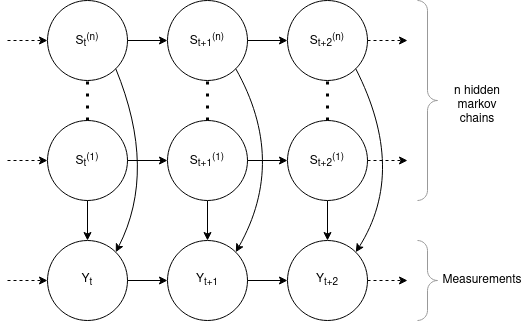
This is poster/figures/FHMM.drawio.png from BenjaminFrazer/thesis_tools, a draw.io export, as it was before one commit. Source tidied: cells renumbered, new cells last; positions are measured from the earlier drawing's top-left corner, leaving out a move shared by most shapes.
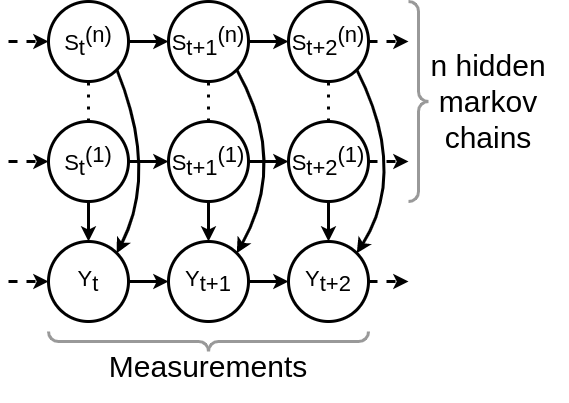
The same diagram one commit later.

What changed in the source:
```diff
@@ -2,104 +2,104 @@
   <root>
     <mxCell id="0" />
     <mxCell id="1" parent="0" />
-    <mxCell id="2" value="S&lt;sub&gt;t&lt;/sub&gt;&lt;sup&gt;(n)&lt;/sup&gt;" style="ellipse;whiteSpace=wrap;html=1;" parent="1" vertex="1">
+    <mxCell id="2" value="S&lt;sub style=&quot;font-size: 22px;&quot;&gt;t&lt;/sub&gt;&lt;sup style=&quot;font-size: 22px;&quot;&gt;(n)&lt;/sup&gt;" style="ellipse;whiteSpace=wrap;html=1;fontSize=22;strokeWidth=3;" parent="1" vertex="1">
       <mxGeometry x="40" width="80" height="80" as="geometry" />
     </mxCell>
-    <mxCell id="3" style="edgeStyle=orthogonalEdgeStyle;rounded=0;jettySize=auto;html=1;exitX=0.5;exitY=1;exitDx=0;exitDy=0;entryX=0.5;entryY=0;entryDx=0;entryDy=0;strokeWidth=1;" parent="1" edge="1" source="4" target="18">
+    <mxCell id="3" style="edgeStyle=orthogonalEdgeStyle;rounded=0;jettySize=auto;html=1;exitX=0.5;exitY=1;exitDx=0;exitDy=0;entryX=0.5;entryY=0;entryDx=0;entryDy=0;strokeWidth=3;" parent="1" edge="1" source="4" target="18">
       <mxGeometry relative="1" as="geometry" />
     </mxCell>
-    <mxCell id="4" value="S&lt;sub&gt;t+1&lt;/sub&gt;&lt;sup&gt;(1)&lt;/sup&gt;" style="ellipse;whiteSpace=wrap;html=1;" parent="1" vertex="1">
+    <mxCell id="4" value="S&lt;sub style=&quot;font-size: 22px;&quot;&gt;t+1&lt;/sub&gt;&lt;sup style=&quot;font-size: 22px;&quot;&gt;(1)&lt;/sup&gt;" style="ellipse;whiteSpace=wrap;html=1;fontSize=22;strokeWidth=3;" parent="1" vertex="1">
       <mxGeometry x="160" y="120" width="80" height="80" as="geometry" />
     </mxCell>
-    <mxCell id="5" value="S&lt;sub&gt;t&lt;/sub&gt;&lt;sup&gt;(1)&lt;/sup&gt;" style="ellipse;whiteSpace=wrap;html=1;" parent="1" vertex="1">
+    <mxCell id="5" value="S&lt;sub style=&quot;font-size: 22px;&quot;&gt;t&lt;/sub&gt;&lt;sup style=&quot;font-size: 22px;&quot;&gt;(1)&lt;/sup&gt;" style="ellipse;whiteSpace=wrap;html=1;fontSize=22;strokeWidth=3;" parent="1" vertex="1">
       <mxGeometry x="40" y="120" width="80" height="80" as="geometry" />
     </mxCell>
-    <mxCell id="6" value="S&lt;sub&gt;t+1&lt;/sub&gt;&lt;sup&gt;(n)&lt;/sup&gt;" style="ellipse;whiteSpace=wrap;html=1;" parent="1" vertex="1">
+    <mxCell id="6" value="S&lt;sub style=&quot;font-size: 22px;&quot;&gt;t+1&lt;/sub&gt;&lt;sup style=&quot;font-size: 22px;&quot;&gt;(n)&lt;/sup&gt;" style="ellipse;whiteSpace=wrap;html=1;fontSize=22;strokeWidth=3;" parent="1" vertex="1">
       <mxGeometry x="160" width="80" height="80" as="geometry" />
     </mxCell>
-    <mxCell id="7" value="S&lt;sub&gt;t+2&lt;/sub&gt;&lt;sup&gt;(n)&lt;/sup&gt;" style="ellipse;whiteSpace=wrap;html=1;" parent="1" vertex="1">
+    <mxCell id="7" value="S&lt;sub style=&quot;font-size: 22px;&quot;&gt;t+2&lt;/sub&gt;&lt;sup style=&quot;font-size: 22px;&quot;&gt;(n)&lt;/sup&gt;" style="ellipse;whiteSpace=wrap;html=1;fontSize=22;strokeWidth=3;" parent="1" vertex="1">
       <mxGeometry x="280" width="80" height="80" as="geometry" />
     </mxCell>
-    <mxCell id="8" style="edgeStyle=orthogonalEdgeStyle;rounded=0;jettySize=auto;html=1;exitX=0.5;exitY=1;exitDx=0;exitDy=0;entryX=0.5;entryY=0;entryDx=0;entryDy=0;strokeWidth=1;" parent="1" edge="1" source="9" target="20">
+    <mxCell id="8" style="edgeStyle=orthogonalEdgeStyle;rounded=0;jettySize=auto;html=1;exitX=0.5;exitY=1;exitDx=0;exitDy=0;entryX=0.5;entryY=0;entryDx=0;entryDy=0;strokeWidth=3;" parent="1" edge="1" source="9" target="20">
       <mxGeometry relative="1" as="geometry" />
     </mxCell>
-    <mxCell id="9" value="S&lt;sub&gt;t+2&lt;/sub&gt;&lt;sup&gt;(1)&lt;/sup&gt;" style="ellipse;whiteSpace=wrap;html=1;" parent="1" vertex="1">
+    <mxCell id="9" value="S&lt;sub style=&quot;font-size: 22px;&quot;&gt;t+2&lt;/sub&gt;&lt;sup style=&quot;font-size: 22px;&quot;&gt;(1)&lt;/sup&gt;" style="ellipse;whiteSpace=wrap;html=1;fontSize=22;strokeWidth=3;" parent="1" vertex="1">
       <mxGeometry x="280" y="120" width="80" height="80" as="geometry" />
     </mxCell>
-    <mxCell id="10" style="endArrow=classic;html=1;rounded=0;entryX=0;entryY=0.5;entryDx=0;entryDy=0;dashed=1;" parent="1" edge="1" target="2">
+    <mxCell id="10" style="endArrow=classic;html=1;rounded=0;entryX=0;entryY=0.5;entryDx=0;entryDy=0;dashed=1;strokeWidth=3;" parent="1" edge="1" target="2">
       <mxGeometry relative="1" as="geometry">
         <mxPoint y="40" as="sourcePoint" />
       </mxGeometry>
     </mxCell>
-    <mxCell id="11" style="endArrow=classic;html=1;rounded=0;entryX=0;entryY=0.5;entryDx=0;entryDy=0;dashed=1;" parent="1" edge="1" target="5">
+    <mxCell id="11" style="endArrow=classic;html=1;rounded=0;entryX=0;entryY=0.5;entryDx=0;entryDy=0;dashed=1;strokeWidth=3;" parent="1" edge="1" target="5">
       <mxGeometry relative="1" as="geometry">
         <mxPoint y="160" as="sourcePoint" />
       </mxGeometry>
     </mxCell>
-    <mxCell id="12" style="endArrow=classic;html=1;rounded=0;entryX=0;entryY=0.5;entryDx=0;entryDy=0;" parent="1" edge="1" target="6">
+    <mxCell id="12" style="endArrow=classic;html=1;rounded=0;entryX=0;entryY=0.5;entryDx=0;entryDy=0;strokeWidth=3;" parent="1" edge="1" target="6">
       <mxGeometry relative="1" as="geometry">
         <mxPoint x="120" y="40" as="sourcePoint" />
       </mxGeometry>
     </mxCell>
-    <mxCell id="13" style="endArrow=classic;html=1;rounded=0;entryX=0;entryY=0.5;entryDx=0;entryDy=0;exitX=1;exitY=0.5;exitDx=0;exitDy=0;" parent="1" edge="1" source="6" target="7">
+    <mxCell id="13" style="endArrow=classic;html=1;rounded=0;entryX=0;entryY=0.5;entryDx=0;entryDy=0;exitX=1;exitY=0.5;exitDx=0;exitDy=0;strokeWidth=3;" parent="1" edge="1" source="6" target="7">
       <mxGeometry relative="1" as="geometry" />
     </mxCell>
-    <mxCell id="14" style="endArrow=classic;html=1;rounded=0;exitX=1;exitY=0.5;exitDx=0;exitDy=0;dashed=1;" parent="1" edge="1" source="7">
+    <mxCell id="14" style="endArrow=classic;html=1;rounded=0;exitX=1;exitY=0.5;exitDx=0;exitDy=0;dashed=1;strokeWidth=3;" parent="1" edge="1" source="7">
       <mxGeometry relative="1" as="geometry">
         <mxPoint x="400" y="40" as="targetPoint" />
       </mxGeometry>
     </mxCell>
-    <mxCell id="15" style="endArrow=classic;html=1;rounded=0;entryX=0;entryY=0.5;entryDx=0;entryDy=0;exitX=1;exitY=0.5;exitDx=0;exitDy=0;" parent="1" edge="1" source="5" target="4">
+    <mxCell id="15" style="endArrow=classic;html=1;rounded=0;entryX=0;entryY=0.5;entryDx=0;entryDy=0;exitX=1;exitY=0.5;exitDx=0;exitDy=0;strokeWidth=3;" parent="1" edge="1" source="5" target="4">
       <mxGeometry relative="1" as="geometry" />
     </mxCell>
-    <mxCell id="16" style="endArrow=classic;html=1;rounded=0;entryX=0;entryY=0.5;entryDx=0;entryDy=0;exitX=1;exitY=0.5;exitDx=0;exitDy=0;" parent="1" edge="1" source="4" target="9">
+    <mxCell id="16" style="endArrow=classic;html=1;rounded=0;entryX=0;entryY=0.5;entryDx=0;entryDy=0;exitX=1;exitY=0.5;exitDx=0;exitDy=0;strokeWidth=3;" parent="1" edge="1" source="4" target="9">
       <mxGeometry relative="1" as="geometry" />
     </mxCell>
-    <mxCell id="17" style="endArrow=classic;html=1;rounded=0;exitX=1;exitY=0.5;exitDx=0;exitDy=0;dashed=1;" parent="1" edge="1" source="9">
+    <mxCell id="17" style="endArrow=classic;html=1;rounded=0;exitX=1;exitY=0.5;exitDx=0;exitDy=0;dashed=1;strokeWidth=3;" parent="1" edge="1" source="9">
       <mxGeometry relative="1" as="geometry">
         <mxPoint x="400" y="160" as="targetPoint" />
       </mxGeometry>
     </mxCell>
-    <mxCell id="18" value="Y&lt;sub&gt;t+1&lt;/sub&gt;" style="ellipse;whiteSpace=wrap;html=1;" parent="1" vertex="1">
+    <mxCell id="18" value="Y&lt;sub style=&quot;font-size: 22px;&quot;&gt;t+1&lt;/sub&gt;" style="ellipse;whiteSpace=wrap;html=1;fontSize=22;strokeWidth=3;" parent="1" vertex="1">
       <mxGeometry x="160" y="240" width="80" height="80" as="geometry" />
     </mxCell>
-    <mxCell id="19" value="Y&lt;sub&gt;t&lt;/sub&gt;" style="ellipse;whiteSpace=wrap;html=1;" parent="1" vertex="1">
+    <mxCell id="19" value="Y&lt;sub style=&quot;font-size: 22px;&quot;&gt;t&lt;/sub&gt;" style="ellipse;whiteSpace=wrap;html=1;fontSize=22;strokeWidth=3;" parent="1" vertex="1">
       <mxGeometry x="40" y="240" width="80" height="80" as="geometry" />
     </mxCell>
-    <mxCell id="20" value="Y&lt;sub&gt;t+2&lt;/sub&gt;" style="ellipse;whiteSpace=wrap;html=1;" parent="1" vertex="1">
+    <mxCell id="20" value="Y&lt;sub style=&quot;font-size: 22px;&quot;&gt;t+2&lt;/sub&gt;" style="ellipse;whiteSpace=wrap;html=1;fontSize=22;strokeWidth=3;" parent="1" vertex="1">
       <mxGeometry x="280" y="240" width="80" height="80" as="geometry" />
     </mxCell>
-    <mxCell id="21" style="endArrow=classic;html=1;rounded=0;entryX=0;entryY=0.5;entryDx=0;entryDy=0;dashed=1;" parent="1" edge="1" target="19">
+    <mxCell id="21" style="endArrow=classic;html=1;rounded=0;entryX=0;entryY=0.5;entryDx=0;entryDy=0;dashed=1;strokeWidth=3;" parent="1" edge="1" target="19">
       <mxGeometry relative="1" as="geometry">
         <mxPoint y="280" as="sourcePoint" />
       </mxGeometry>
     </mxCell>
-    <mxCell id="22" style="endArrow=classic;html=1;rounded=0;entryX=0;entryY=0.5;entryDx=0;entryDy=0;exitX=1;exitY=0.5;exitDx=0;exitDy=0;" parent="1" edge="1" source="19" target="18">
+    <mxCell id="22" style="endArrow=classic;html=1;rounded=0;entryX=0;entryY=0.5;entryDx=0;entryDy=0;exitX=1;exitY=0.5;exitDx=0;exitDy=0;strokeWidth=3;" parent="1" edge="1" source="19" target="18">
       <mxGeometry relative="1" as="geometry" />
     </mxCell>
-    <mxCell id="23" style="endArrow=classic;html=1;rounded=0;entryX=0;entryY=0.5;entryDx=0;entryDy=0;exitX=1;exitY=0.5;exitDx=0;exitDy=0;" parent="1" edge="1" source="18" target="20">
+    <mxCell id="23" style="endArrow=classic;html=1;rounded=0;entryX=0;entryY=0.5;entryDx=0;entryDy=0;exitX=1;exitY=0.5;exitDx=0;exitDy=0;strokeWidth=3;" parent="1" edge="1" source="18" target="20">
       <mxGeometry relative="1" as="geometry" />
     </mxCell>
-    <mxCell id="24" style="endArrow=classic;html=1;rounded=0;exitX=1;exitY=0.5;exitDx=0;exitDy=0;dashed=1;" parent="1" edge="1" source="20">
+    <mxCell id="24" style="endArrow=classic;html=1;rounded=0;exitX=1;exitY=0.5;exitDx=0;exitDy=0;dashed=1;strokeWidth=3;" parent="1" edge="1" source="20">
       <mxGeometry relative="1" as="geometry">
         <mxPoint x="400" y="280" as="targetPoint" />
       </mxGeometry>
     </mxCell>
-    <mxCell id="25" style="curved=1;endArrow=classic;html=1;rounded=0;entryX=1;entryY=0;entryDx=0;entryDy=0;exitX=1;exitY=1;exitDx=0;exitDy=0;" parent="1" edge="1" source="2" target="19">
+    <mxCell id="25" style="curved=1;endArrow=classic;html=1;rounded=0;entryX=1;entryY=0;entryDx=0;entryDy=0;exitX=1;exitY=1;exitDx=0;exitDy=0;strokeWidth=3;" parent="1" edge="1" source="2" target="19">
       <mxGeometry relative="1" as="geometry">
         <Array as="points">
           <mxPoint x="150" y="170" />
         </Array>
       </mxGeometry>
     </mxCell>
-    <mxCell id="26" style="curved=1;endArrow=classic;html=1;rounded=0;entryX=1;entryY=0;entryDx=0;entryDy=0;exitX=1;exitY=1;exitDx=0;exitDy=0;" parent="1" edge="1" source="6" target="18">
+    <mxCell id="26" style="curved=1;endArrow=classic;html=1;rounded=0;entryX=1;entryY=0;entryDx=0;entryDy=0;exitX=1;exitY=1;exitDx=0;exitDy=0;strokeWidth=3;" parent="1" edge="1" source="6" target="18">
       <mxGeometry relative="1" as="geometry">
         <Array as="points">
           <mxPoint x="280" y="160" />
         </Array>
       </mxGeometry>
     </mxCell>
-    <mxCell id="27" style="curved=1;endArrow=classic;html=1;rounded=0;entryX=1;entryY=0;entryDx=0;entryDy=0;exitX=1;exitY=1;exitDx=0;exitDy=0;" parent="1" edge="1" source="7" target="20">
+    <mxCell id="27" style="curved=1;endArrow=classic;html=1;rounded=0;entryX=1;entryY=0;entryDx=0;entryDy=0;exitX=1;exitY=1;exitDx=0;exitDy=0;strokeWidth=3;" parent="1" edge="1" source="7" target="20">
       <mxGeometry relative="1" as="geometry">
         <Array as="points">
           <mxPoint x="400" y="170" />
@@ -117,20 +117,20 @@
     <mxCell id="30" style="endArrow=none;dashed=1;html=1;dashPattern=1 3;strokeWidth=3;rounded=0;entryX=0.5;entryY=1;entryDx=0;entryDy=0;exitX=0.5;exitY=0;exitDx=0;exitDy=0;" parent="1" edge="1" source="9" target="7">
       <mxGeometry relative="1" as="geometry" />
     </mxCell>
-    <mxCell id="31" style="endArrow=classic;html=1;rounded=0;strokeWidth=1;exitX=0.5;exitY=1;exitDx=0;exitDy=0;entryX=0.5;entryY=0;entryDx=0;entryDy=0;entryPerimeter=0;" parent="1" edge="1" source="5" target="19">
+    <mxCell id="31" style="endArrow=classic;html=1;rounded=0;strokeWidth=3;exitX=0.5;exitY=1;exitDx=0;exitDy=0;entryX=0.5;entryY=0;entryDx=0;entryDy=0;entryPerimeter=0;" parent="1" edge="1" source="5" target="19">
       <mxGeometry relative="1" as="geometry" />
     </mxCell>
-    <mxCell id="32" style="labelPosition=right;align=left;strokeWidth=1;shape=mxgraph.mockup.markup.curlyBrace;html=1;shadow=0;dashed=0;strokeColor=#999999;direction=north;rotation=-180;" parent="1" vertex="1">
-      <mxGeometry x="410" width="20" height="200" as="geometry" />
+    <mxCell id="32" style="labelPosition=right;align=left;strokeWidth=3;shape=mxgraph.mockup.markup.curlyBrace;html=1;shadow=0;dashed=0;strokeColor=#999999;direction=north;rotation=-180;" parent="1" vertex="1">
+      <mxGeometry x="400" width="20" height="200" as="geometry" />
     </mxCell>
-    <mxCell id="33" value="n hidden markov chains" style="text;html=1;strokeColor=none;fillColor=none;align=center;verticalAlign=middle;whiteSpace=wrap;rounded=0;" parent="1" vertex="1">
-      <mxGeometry x="440" y="70" width="60" height="70" as="geometry" />
+    <mxCell id="33" value="n hidden markov chains" style="text;html=1;strokeColor=none;fillColor=none;align=center;verticalAlign=middle;whiteSpace=wrap;rounded=0;fontSize=30;" parent="1" vertex="1">
+      <mxGeometry x="400" y="45" width="160" height="110" as="geometry" />
     </mxCell>
-    <mxCell id="34" style="labelPosition=right;align=left;strokeWidth=1;shape=mxgraph.mockup.markup.curlyBrace;html=1;shadow=0;dashed=0;strokeColor=#999999;direction=north;rotation=-180;" parent="1" vertex="1">
-      <mxGeometry x="410" y="240" width="20" height="80" as="geometry" />
+    <mxCell id="34" style="labelPosition=right;align=left;strokeWidth=3;shape=mxgraph.mockup.markup.curlyBrace;html=1;shadow=0;dashed=0;strokeColor=#999999;direction=north;rotation=-90;" parent="1" vertex="1">
+      <mxGeometry x="190" y="180" width="20" height="320" as="geometry" />
     </mxCell>
-    <mxCell id="35" value="Measurements" style="text;html=1;strokeColor=none;fillColor=none;align=center;verticalAlign=middle;whiteSpace=wrap;rounded=0;" parent="1" vertex="1">
-      <mxGeometry x="440" y="245" width="70" height="70" as="geometry" />
+    <mxCell id="35" value="Measurements" style="text;html=1;strokeColor=none;fillColor=none;align=center;verticalAlign=middle;whiteSpace=wrap;rounded=0;fontSize=30;rotation=0;" parent="1" vertex="1">
+      <mxGeometry x="165" y="330" width="70" height="70" as="geometry" />
     </mxCell>
   </root>
 </mxGraphModel>
```
